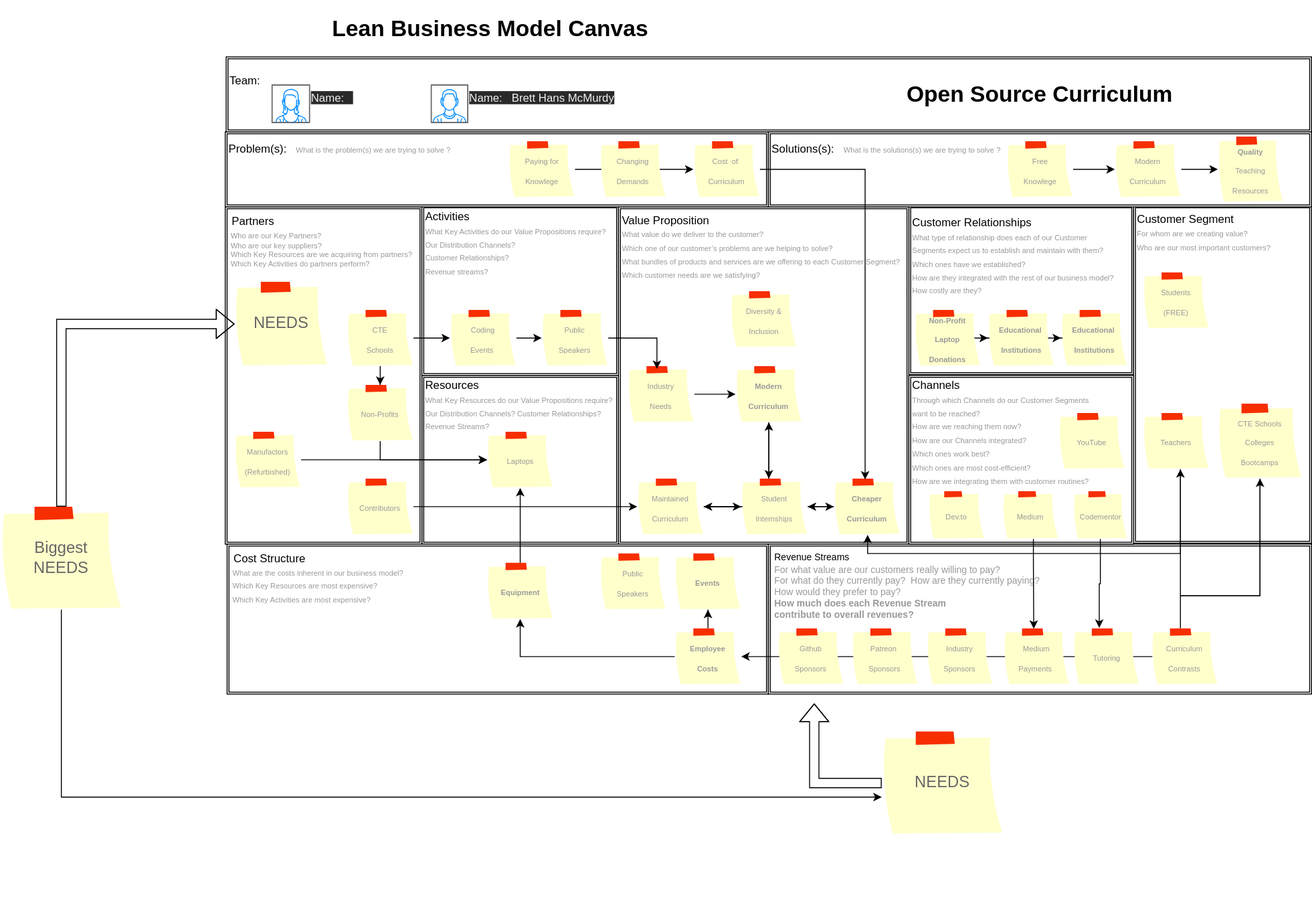
Before: Business Plan/leanBusinessModelCanvas.drawio.svg, a diagram exported from draw.io (JavaScript-Open-Curriculum-Foundation/JS-OSC). Source tidied: cells renumbered, new cells last; positions are measured from the earlier drawing's top-left corner, leaving out a move shared by most shapes.
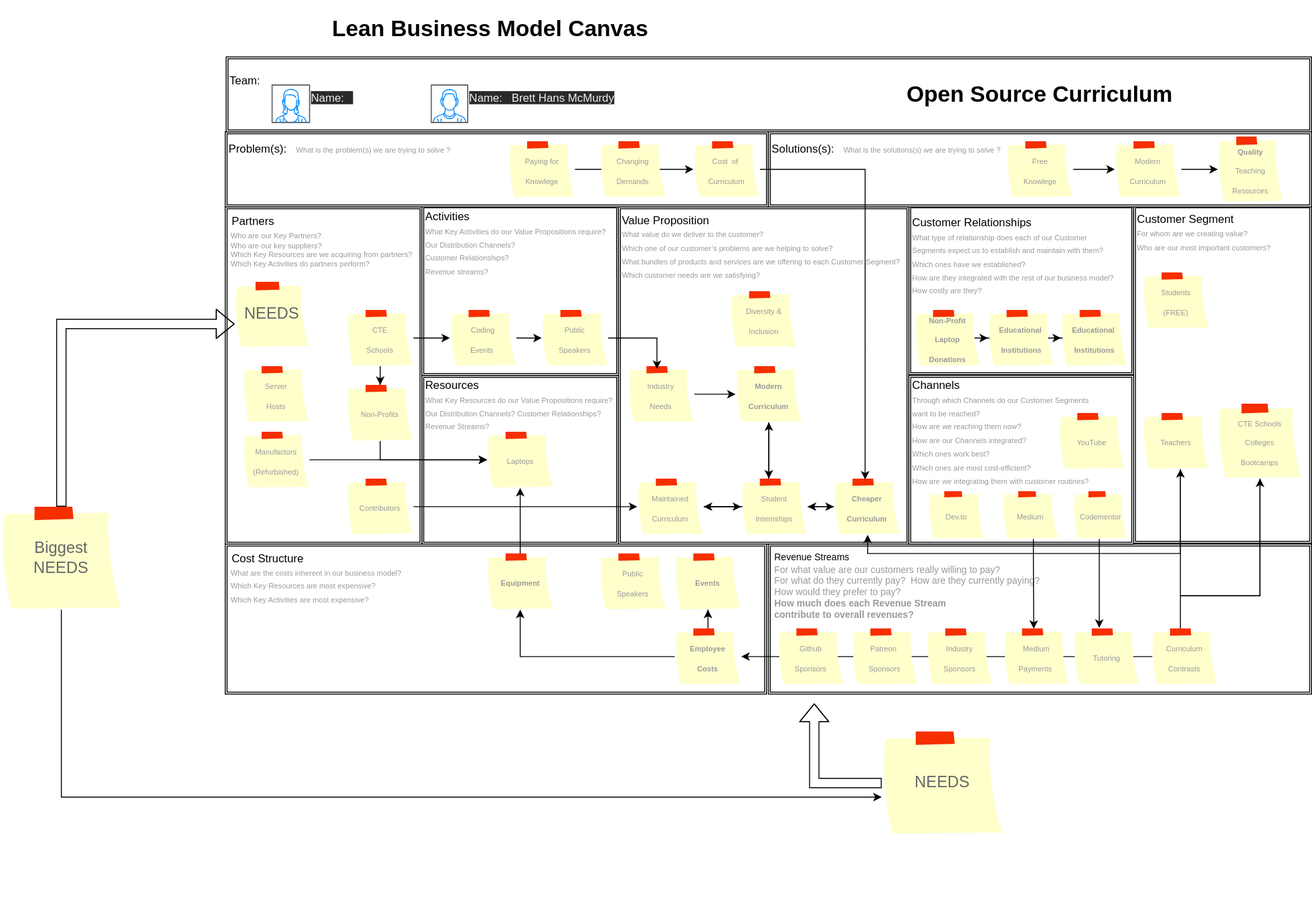
Above is the later version.

Diff of the diagram source:
```diff
@@ -21,7 +21,7 @@
       <mxGeometry x="660" y="220" width="310" height="360" as="geometry" />
     </mxCell>
     <mxCell id="8" value="&lt;div style=&quot;text-align: justify&quot;&gt;&lt;span&gt;&amp;nbsp;Cost Structure&lt;br&gt;&lt;div style=&quot;text-align: justify&quot;&gt;&lt;span style=&quot;background-color: transparent ; color: rgb(153 , 153 , 153) ; font-family: &amp;#34;arial&amp;#34; ; font-size: 6pt ; text-align: left&quot;&gt;&amp;nbsp;What are the costs inherent in our business model?&lt;/span&gt;&lt;/div&gt;&lt;/span&gt;&lt;/div&gt;&lt;div&gt;&lt;span id=&quot;docs-internal-guid-c8cadf1e-7fff-96bc-ebd1-11957a712513&quot;&gt;&lt;p dir=&quot;ltr&quot; style=&quot;line-height: 1.2 ; margin-top: 0pt ; margin-bottom: 0pt&quot;&gt;&lt;span style=&quot;font-size: 6pt ; font-family: &amp;#34;arial&amp;#34; ; color: rgb(153 , 153 , 153) ; background-color: transparent ; vertical-align: baseline&quot;&gt;&amp;nbsp;Which Key Resources are most expensive?&lt;/span&gt;&lt;span style=&quot;font-size: 6pt ; font-family: &amp;#34;arial&amp;#34; ; color: rgb(153 , 153 , 153) ; background-color: transparent ; vertical-align: baseline&quot;&gt;&lt;br&gt;&lt;/span&gt;&lt;span style=&quot;font-size: 6pt ; font-family: &amp;#34;arial&amp;#34; ; color: rgb(153 , 153 , 153) ; background-color: transparent ; vertical-align: baseline&quot;&gt;&amp;nbsp;Which Key Activities are most expensive?&lt;/span&gt;&lt;/p&gt;&lt;div&gt;&lt;span style=&quot;font-size: 6pt ; font-family: &amp;#34;arial&amp;#34; ; color: rgb(153 , 153 , 153) ; background-color: transparent ; vertical-align: baseline&quot;&gt;&lt;br&gt;&lt;/span&gt;&lt;/div&gt;&lt;/span&gt;&lt;/div&gt;&lt;div style=&quot;text-align: justify&quot;&gt;&lt;span&gt;&lt;br&gt;&lt;/span&gt;&lt;/div&gt;&lt;div style=&quot;text-align: justify&quot;&gt;&lt;span&gt;&lt;br&gt;&lt;/span&gt;&lt;/div&gt;&lt;div style=&quot;text-align: justify&quot;&gt;&lt;span&gt;&lt;br&gt;&lt;/span&gt;&lt;/div&gt;&lt;div style=&quot;text-align: justify&quot;&gt;&lt;span&gt;&lt;br&gt;&lt;/span&gt;&lt;/div&gt;&lt;div style=&quot;text-align: justify&quot;&gt;&lt;br&gt;&lt;/div&gt;" style="shape=ext;double=1;rounded=0;whiteSpace=wrap;html=1;align=left;" parent="1" vertex="1">
-      <mxGeometry x="242" y="580" width="578" height="160" as="geometry" />
+      <mxGeometry x="240" y="580" width="578" height="160" as="geometry" />
     </mxCell>
     <mxCell id="9" value="&lt;div style=&quot;text-align: justify&quot;&gt;&lt;span&gt;&lt;font style=&quot;font-size: 10px&quot;&gt;&amp;nbsp;Revenue Streams&lt;br&gt;&lt;div style=&quot;text-align: justify&quot;&gt;&lt;span id=&quot;docs-internal-guid-e0f01c76-7fff-c873-e75b-f44abc682821&quot;&gt;&lt;p dir=&quot;ltr&quot; style=&quot;line-height: 1.2 ; margin-top: 0pt ; margin-bottom: 0pt&quot;&gt;&lt;span style=&quot;font-family: &amp;#34;arial&amp;#34; ; color: rgb(153 , 153 , 153) ; background-color: transparent ; vertical-align: baseline&quot;&gt;&amp;nbsp;For what value are our customers really willing to pay?&lt;/span&gt;&lt;span style=&quot;font-family: &amp;#34;arial&amp;#34; ; color: rgb(153 , 153 , 153) ; background-color: transparent ; vertical-align: baseline&quot;&gt;&lt;br&gt;&lt;/span&gt;&lt;span style=&quot;font-family: &amp;#34;arial&amp;#34; ; color: rgb(153 , 153 , 153) ; background-color: transparent ; vertical-align: baseline&quot;&gt;&amp;nbsp;For what do they currently pay?&amp;nbsp;&lt;/span&gt;&lt;span style=&quot;font-family: &amp;#34;arial&amp;#34; ; color: rgb(153 , 153 , 153) ; background-color: transparent ; vertical-align: baseline&quot;&gt;How are they currently paying?&lt;/span&gt;&lt;span style=&quot;font-family: &amp;#34;arial&amp;#34; ; color: rgb(153 , 153 , 153) ; background-color: transparent ; vertical-align: baseline&quot;&gt;&lt;br&gt;&lt;/span&gt;&lt;span style=&quot;font-family: &amp;#34;arial&amp;#34; ; color: rgb(153 , 153 , 153) ; background-color: transparent ; vertical-align: baseline&quot;&gt;&amp;nbsp;How would they prefer to pay?&lt;/span&gt;&lt;span style=&quot;font-family: &amp;#34;arial&amp;#34; ; color: rgb(153 , 153 , 153) ; background-color: transparent ; vertical-align: baseline&quot;&gt;&lt;br&gt;&lt;/span&gt;&lt;span style=&quot;font-family: &amp;#34;arial&amp;#34; ; color: rgb(153 , 153 , 153) ; background-color: transparent ; vertical-align: baseline&quot;&gt;&lt;b&gt;&amp;nbsp;How much does each Revenue Stream&lt;br&gt;&amp;nbsp;contribute to overall revenues?&lt;/b&gt;&lt;/span&gt;&lt;/p&gt;&lt;/span&gt;&lt;/div&gt;&lt;/font&gt;&lt;/span&gt;&lt;/div&gt;&lt;div style=&quot;text-align: justify&quot;&gt;&lt;span&gt;&lt;font size=&quot;3&quot;&gt;&lt;br&gt;&lt;/font&gt;&lt;/span&gt;&lt;/div&gt;&lt;div style=&quot;text-align: justify&quot;&gt;&lt;span&gt;&lt;font size=&quot;3&quot;&gt;&lt;br&gt;&lt;/font&gt;&lt;/span&gt;&lt;/div&gt;&lt;div style=&quot;text-align: justify&quot;&gt;&lt;span&gt;&lt;font size=&quot;3&quot;&gt;&lt;br&gt;&lt;/font&gt;&lt;/span&gt;&lt;/div&gt;&lt;div style=&quot;text-align: justify&quot;&gt;&lt;br&gt;&lt;/div&gt;" style="shape=ext;double=1;rounded=0;whiteSpace=wrap;html=1;align=left;" parent="1" vertex="1">
       <mxGeometry x="820" y="580" width="580" height="160" as="geometry" />
@@ -51,7 +51,7 @@
       <mxGeometry x="499" y="90" width="171" height="40" as="geometry" />
     </mxCell>
     <mxCell id="18" value="NEEDS" style="strokeWidth=1;shadow=0;dashed=0;align=center;html=1;shape=mxgraph.mockup.text.stickyNote2;fontColor=#666666;mainText=;fontSize=17;whiteSpace=wrap;fillColor=#ffffcc;strokeColor=#F62E00;" parent="1" vertex="1">
-      <mxGeometry x="250" y="300" width="100" height="90" as="geometry" />
+      <mxGeometry x="250" y="300" width="80" height="70" as="geometry" />
     </mxCell>
     <mxCell id="19" style="edgeStyle=orthogonalEdgeStyle;rounded=0;orthogonalLoop=1;jettySize=auto;html=1;exitX=0.5;exitY=1;exitDx=0;exitDy=0;" parent="1" edge="1">
       <mxGeometry relative="1" as="geometry">
@@ -136,7 +136,11 @@
       <mxGeometry x="1070" y="523.5" width="60" height="51" as="geometry" />
     </mxCell>
     <mxCell id="39" style="edgeStyle=orthogonalEdgeStyle;rounded=0;jettySize=auto;html=1;entryX=0.392;entryY=-0.011;entryDx=0;entryDy=0;entryPerimeter=0;" parent="1" edge="1" source="40" target="92">
-      <mxGeometry relative="1" as="geometry" />
+      <mxGeometry relative="1" as="geometry">
+        <Array as="points">
+          <mxPoint x="1173" y="622" />
+        </Array>
+      </mxGeometry>
     </mxCell>
     <mxCell id="40" value="&lt;span style=&quot;text-align: left&quot;&gt;&lt;font color=&quot;#999999&quot; face=&quot;arial&quot;&gt;&lt;span style=&quot;font-size: 8px&quot;&gt;Codementor&lt;/span&gt;&lt;/font&gt;&lt;br&gt;&lt;/span&gt;" style="strokeWidth=1;shadow=0;dashed=0;align=center;html=1;shape=mxgraph.mockup.text.stickyNote2;fontColor=#666666;mainText=;fontSize=17;whiteSpace=wrap;fillColor=#ffffcc;strokeColor=#F62E00;padding=0;margin=0;" parent="1" vertex="1">
       <mxGeometry x="1145.5" y="523.5" width="58" height="51" as="geometry" />
@@ -194,7 +198,7 @@
       <mxGeometry relative="1" as="geometry" />
     </mxCell>
     <mxCell id="56" value="&lt;span style=&quot;text-align: left&quot;&gt;&lt;font color=&quot;#999999&quot; face=&quot;arial&quot;&gt;&lt;span style=&quot;font-size: 8px&quot;&gt;Manufactors&lt;/span&gt;&lt;/font&gt;&lt;br&gt;&lt;font color=&quot;#999999&quot; face=&quot;arial&quot;&gt;&lt;span style=&quot;font-size: 8px&quot;&gt;(Refurbished)&lt;/span&gt;&lt;/font&gt;&lt;br&gt;&lt;/span&gt;" style="strokeWidth=1;shadow=0;dashed=0;align=center;html=1;shape=mxgraph.mockup.text.stickyNote2;fontColor=#666666;mainText=;fontSize=17;whiteSpace=wrap;fillColor=#ffffcc;strokeColor=#F62E00;padding=0;margin=0;" parent="1" vertex="1">
-      <mxGeometry x="250" y="460" width="71" height="60" as="geometry" />
+      <mxGeometry x="259" y="460" width="71" height="60" as="geometry" />
     </mxCell>
     <mxCell id="57" value="&lt;span style=&quot;color: rgb(153 , 153 , 153) ; font-family: &amp;#34;arial&amp;#34; ; font-size: 8px ; text-align: left&quot;&gt;Laptops&lt;br&gt;&lt;/span&gt;" style="strokeWidth=1;shadow=0;dashed=0;align=center;html=1;shape=mxgraph.mockup.text.stickyNote2;fontColor=#666666;mainText=;fontSize=17;whiteSpace=wrap;fillColor=#ffffcc;strokeColor=#F62E00;padding=0;margin=0;" parent="1" vertex="1">
       <mxGeometry x="519.5" y="460" width="71" height="60" as="geometry" />
@@ -230,7 +234,7 @@
       <mxGeometry x="720" y="590" width="71" height="60" as="geometry" />
     </mxCell>
     <mxCell id="68" value="&lt;span style=&quot;color: rgb(153 , 153 , 153) ; font-family: &amp;#34;arial&amp;#34; ; font-size: 8px ; text-align: left&quot;&gt;&lt;b&gt;Equipment&lt;/b&gt;&lt;br&gt;&lt;/span&gt;" style="strokeWidth=1;shadow=0;dashed=0;align=center;html=1;shape=mxgraph.mockup.text.stickyNote2;fontColor=#666666;mainText=;fontSize=17;whiteSpace=wrap;fillColor=#ffffcc;strokeColor=#F62E00;padding=0;margin=0;" parent="1" vertex="1">
-      <mxGeometry x="519.5" y="600" width="71" height="60" as="geometry" />
+      <mxGeometry x="519.5" y="590" width="71" height="60" as="geometry" />
     </mxCell>
     <mxCell id="69" style="edgeStyle=orthogonalEdgeStyle;rounded=0;jettySize=auto;html=1;shape=flexArrow;" parent="1" edge="1" source="71" target="18">
       <mxGeometry relative="1" as="geometry">
@@ -330,5 +334,8 @@
     <mxCell id="94" value="&lt;span style=&quot;text-align: left&quot;&gt;&lt;font color=&quot;#999999&quot; face=&quot;arial&quot;&gt;&lt;span style=&quot;font-size: 8px&quot;&gt;Non-Profits&lt;/span&gt;&lt;/font&gt;&lt;br&gt;&lt;/span&gt;" style="strokeWidth=1;shadow=0;dashed=0;align=center;html=1;shape=mxgraph.mockup.text.stickyNote2;fontColor=#666666;mainText=;fontSize=17;whiteSpace=wrap;fillColor=#ffffcc;strokeColor=#F62E00;padding=0;margin=0;" parent="1" vertex="1">
       <mxGeometry x="370" y="410" width="71" height="60" as="geometry" />
     </mxCell>
+    <mxCell id="95" value="&lt;span style=&quot;text-align: left&quot;&gt;&lt;font color=&quot;#999999&quot; face=&quot;arial&quot;&gt;&lt;span style=&quot;font-size: 8px&quot;&gt;Server&lt;br&gt;Hosts&lt;/span&gt;&lt;/font&gt;&lt;br&gt;&lt;/span&gt;" style="strokeWidth=1;shadow=0;dashed=0;align=center;html=1;shape=mxgraph.mockup.text.stickyNote2;fontColor=#666666;mainText=;fontSize=17;whiteSpace=wrap;fillColor=#ffffcc;strokeColor=#F62E00;padding=0;margin=0;" parent="1" vertex="1">
+      <mxGeometry x="259" y="390" width="71" height="60" as="geometry" />
+    </mxCell>
   </root>
 </mxGraphModel>
```
